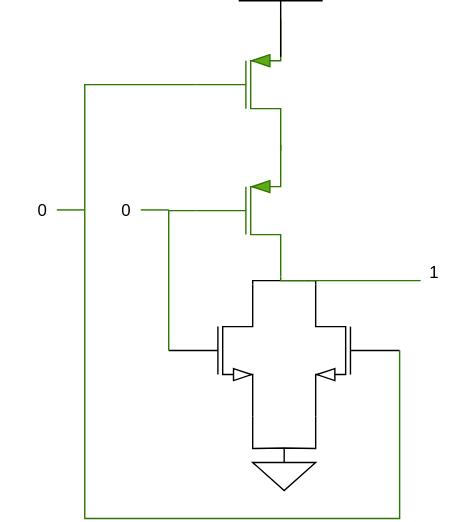
cd-public/hw_asm keeps this draw.io diagram as drawio/20_nor_both.drawio.svg. Above is the earlier version. Source tidied: cells renumbered, new cells last; positions are measured from the earlier drawing's top-left corner, leaving out a move shared by most shapes.
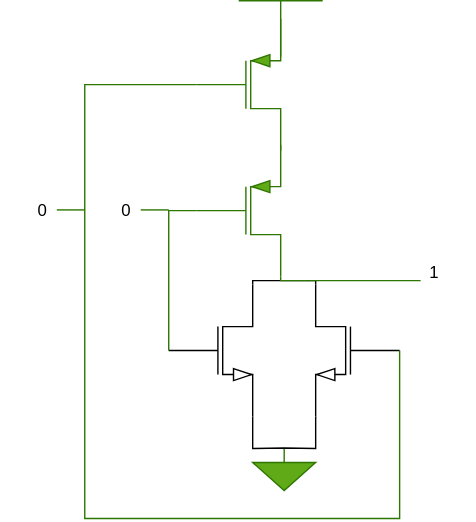
The same diagram one commit later.

The edit, as a diff of the source:
```diff
@@ -8,7 +8,7 @@
     <mxCell id="3" style="verticalLabelPosition=bottom;shadow=0;dashed=0;align=center;html=1;verticalAlign=top;shape=mxgraph.electrical.transistors.nmos;labelPerimeter=1;" parent="1" vertex="1">
       <mxGeometry x="120" y="200" width="60" height="100" as="geometry" />
     </mxCell>
-    <mxCell id="4" style="verticalLabelPosition=bottom;shadow=0;dashed=0;align=center;html=1;verticalAlign=top;shape=mxgraph.electrical.signal_sources.signal_ground;labelPerimeter=1;" parent="1" vertex="1">
+    <mxCell id="4" style="verticalLabelPosition=bottom;shadow=0;dashed=0;align=center;html=1;verticalAlign=top;shape=mxgraph.electrical.signal_sources.signal_ground;labelPerimeter=1;fillColor=#60a917;fontColor=#ffffff;strokeColor=#2D7600;" parent="1" vertex="1">
       <mxGeometry x="180" y="320" width="45" height="30" as="geometry" />
     </mxCell>
     <mxCell id="5" style="endArrow=none;html=1;rounded=0;defaultLabelBackgroundColor=page;entryX=1;entryY=1;entryDx=0;entryDy=0;entryPerimeter=0;exitX=1;exitY=1;exitDx=0;exitDy=0;exitPerimeter=0;" parent="1" edge="1" source="2" target="3">
@@ -34,7 +34,7 @@
     <mxCell id="8" style="verticalLabelPosition=bottom;shadow=0;dashed=0;align=center;html=1;verticalAlign=top;shape=mxgraph.electrical.transistors.pmos;labelPerimeter=1;fillColor=#60a917;fontColor=#ffffff;strokeColor=#2D7600;" parent="1" vertex="1">
       <mxGeometry x="140" y="100" width="60" height="100" as="geometry" />
     </mxCell>
-    <mxCell id="9" style="verticalLabelPosition=top;verticalAlign=bottom;shape=mxgraph.electrical.signal_sources.vdd;shadow=0;dashed=0;align=center;strokeWidth=1;fontSize=24;html=1;flipV=1;labelPerimeter=1;legacyAnchorPoints=0;" parent="1" vertex="1">
+    <mxCell id="9" style="verticalLabelPosition=top;verticalAlign=bottom;shape=mxgraph.electrical.signal_sources.vdd;shadow=0;dashed=0;align=center;strokeWidth=1;fontSize=24;html=1;flipV=1;labelPerimeter=1;legacyAnchorPoints=0;fillColor=#60a917;fontColor=#ffffff;strokeColor=#2D7600;" parent="1" vertex="1">
       <mxGeometry x="170" width="60" height="40" as="geometry" />
     </mxCell>
     <mxCell id="10" value="0" style="text;html=1;whiteSpace=wrap;strokeColor=none;fillColor=none;align=center;verticalAlign=middle;rounded=0;" parent="1" vertex="1">
```
